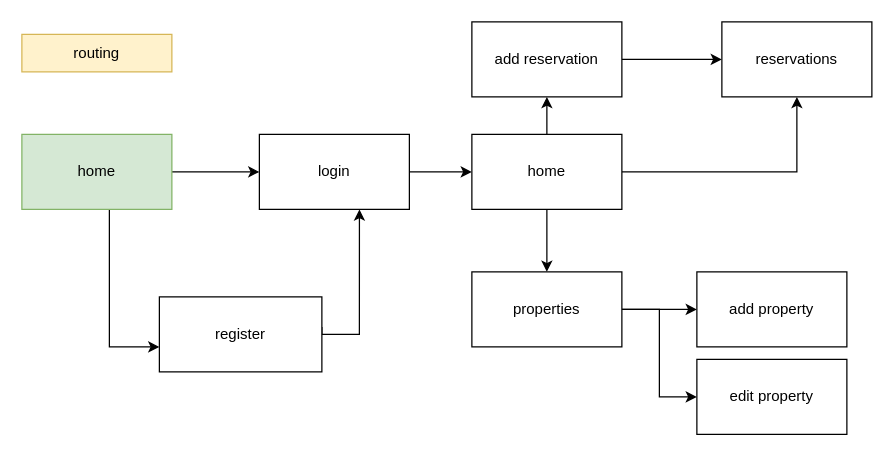
Above: docs/2 design/routing.drawio in catalinaluta/travel-app (draw.io), before the change. Source tidied: cells renumbered, new cells numbered last; positions are measured from the earlier drawing's top-left corner, leaving out a move shared by most shapes. Both pictures are drawn from the tidied source at 125%, with x=0, y=0 at pixel (21, 21).
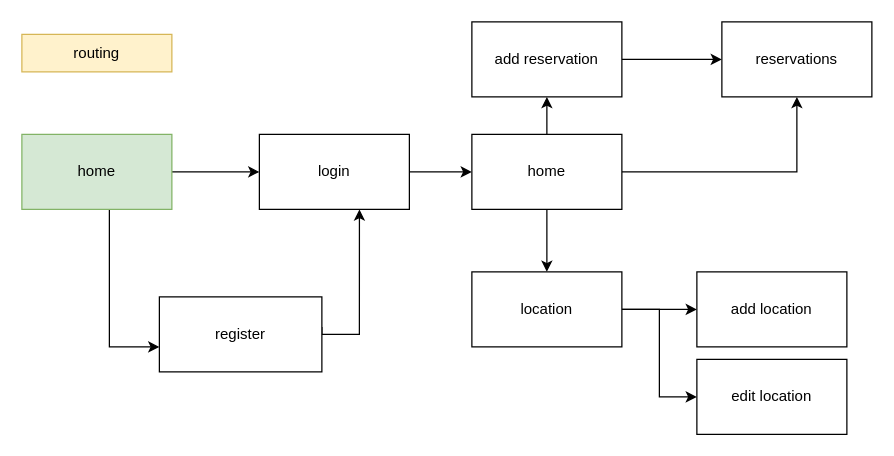
The same diagram, later.

Diff of the diagram source:
```diff
@@
-    <mxCell id="16" value="properties" style="rounded=0;whiteSpace=wrap;html=1;" parent="1" vertex="1">
+    <mxCell id="16" value="location" style="rounded=0;whiteSpace=wrap;html=1;" parent="1" vertex="1">
       <mxGeometry x="360" y="200" width="120" height="60" as="geometry" />
     </mxCell>
-    <mxCell id="17" value="add property" style="rounded=0;whiteSpace=wrap;html=1;" parent="1" vertex="1">
+    <mxCell id="17" value="add location" style="rounded=0;whiteSpace=wrap;html=1;" parent="1" vertex="1">
       <mxGeometry x="540" y="200" width="120" height="60" as="geometry" />
     </mxCell>
-    <mxCell id="18" value="edit property" style="rounded=0;whiteSpace=wrap;html=1;" parent="1" vertex="1">
+    <mxCell id="18" value="edit location" style="rounded=0;whiteSpace=wrap;html=1;" parent="1" vertex="1">
       <mxGeometry x="540" y="270" width="120" height="60" as="geometry" />
     </mxCell>
```
